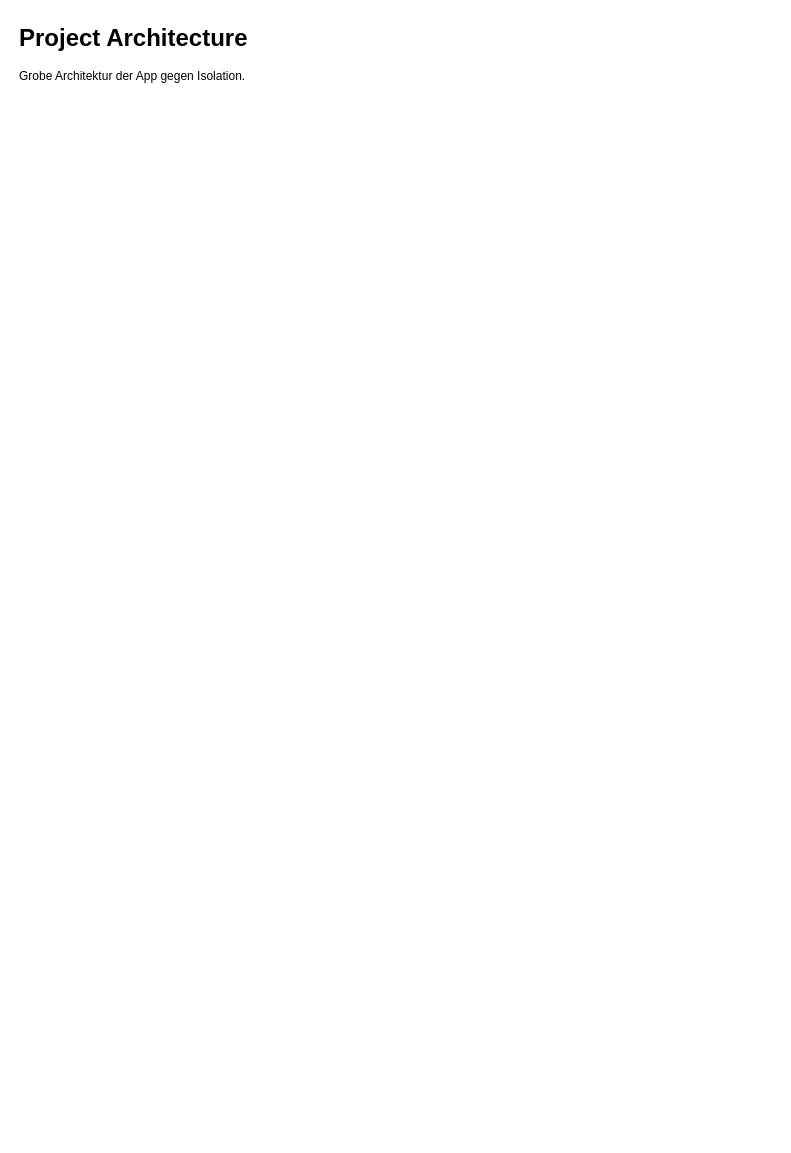
Earlier version of the draw.io diagram documentation/architecture.drawio (s-voelkl/GoTogether). Source tidied: cells renumbered, new cells numbered last; positions are measured from the earlier drawing's top-left corner, leaving out a move shared by most shapes. Both pictures are drawn from the tidied source at 100%, with x=0, y=0 at pixel (17, 17).
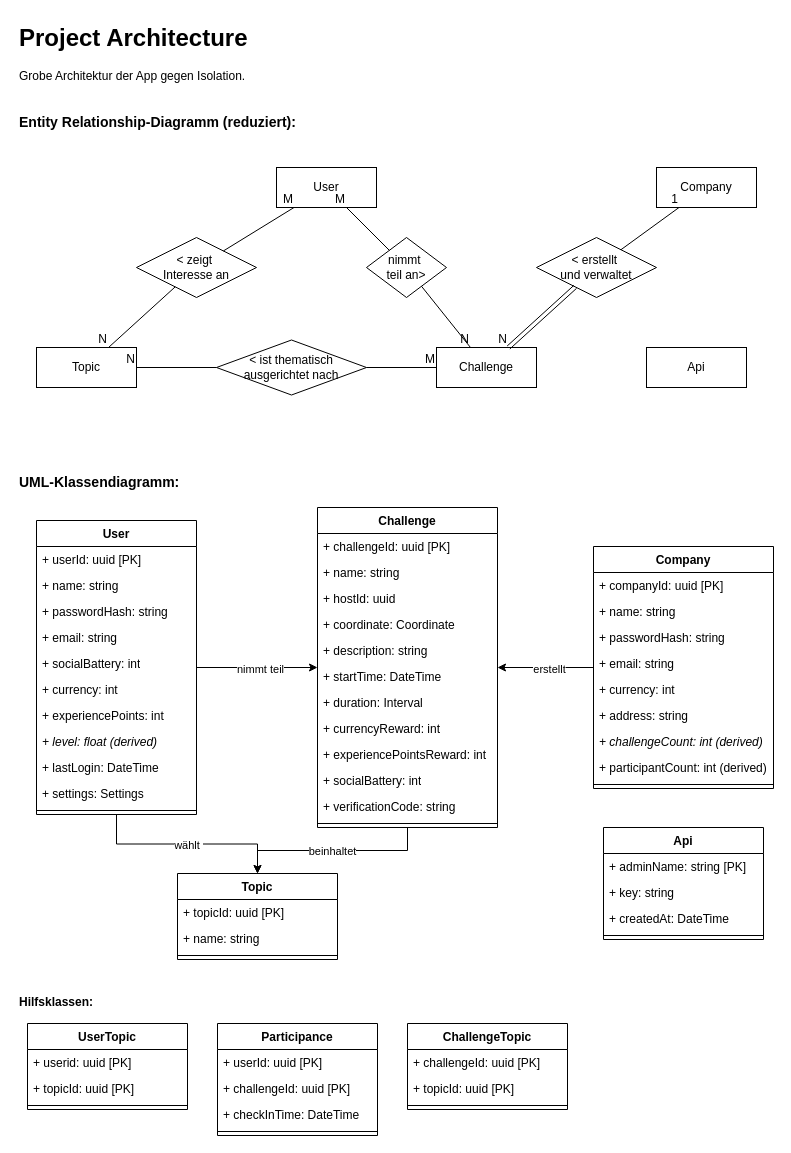
After the change.

Commit message (it also covers changes not shown here):
enhanced db schema in readme

What changed in the source:
```diff
@@
+    <mxCell id="3" value="User" style="whiteSpace=wrap;html=1;align=center;" parent="1" vertex="1">
+      <mxGeometry x="259" y="150" width="100" height="40" as="geometry" />
+    </mxCell>
+    <mxCell id="4" value="Company" style="whiteSpace=wrap;html=1;align=center;" parent="1" vertex="1">
+      <mxGeometry x="639" y="150" width="100" height="40" as="geometry" />
+    </mxCell>
+    <mxCell id="5" value="Challenge" style="whiteSpace=wrap;html=1;align=center;" parent="1" vertex="1">
+      <mxGeometry x="419" y="330" width="100" height="40" as="geometry" />
+    </mxCell>
+    <mxCell id="6" value="Topic" style="whiteSpace=wrap;html=1;align=center;" parent="1" vertex="1">
+      <mxGeometry x="19" y="330" width="100" height="40" as="geometry" />
+    </mxCell>
+    <mxCell id="7" value="Api" style="whiteSpace=wrap;html=1;align=center;" parent="1" vertex="1">
+      <mxGeometry x="629" y="330" width="100" height="40" as="geometry" />
+    </mxCell>
+    <mxCell id="8" value="&amp;lt; erstellt&amp;nbsp;&lt;div&gt;und verwaltet&lt;/div&gt;" style="shape=rhombus;perimeter=rhombusPerimeter;whiteSpace=wrap;html=1;align=center;" parent="1" vertex="1">
+      <mxGeometry x="519" y="220" width="120" height="60" as="geometry" />
+    </mxCell>
+    <mxCell id="9" style="endArrow=none;html=1;rounded=0;" parent="1" edge="1" source="8" target="4">
+      <mxGeometry relative="1" as="geometry" />
+    </mxCell>
+    <mxCell id="10" value="1" style="html=1;whiteSpace=wrap;align=right;verticalAlign=bottom;" parent="9" vertex="1">
+      <mxGeometry x="1" relative="1" as="geometry" />
+    </mxCell>
+    <mxCell id="11" style="shape=link;html=1;rounded=0;" parent="1" edge="1" source="8" target="5">
+      <mxGeometry relative="1" as="geometry" />
+    </mxCell>
+    <mxCell id="12" value="N" style="html=1;whiteSpace=wrap;align=right;verticalAlign=bottom;" parent="11" vertex="1">
+      <mxGeometry x="1" relative="1" as="geometry" />
+    </mxCell>
+    <mxCell id="13" value="&amp;lt; ist thematisch ausgerichtet nach" style="shape=rhombus;perimeter=rhombusPerimeter;whiteSpace=wrap;html=1;align=center;" parent="1" vertex="1">
+      <mxGeometry x="199" y="322.5" width="150" height="55" as="geometry" />
+    </mxCell>
+    <mxCell id="14" style="endArrow=none;html=1;rounded=0;" parent="1" edge="1" source="13" target="6">
+      <mxGeometry relative="1" as="geometry" />
+    </mxCell>
+    <mxCell id="15" value="N" style="html=1;whiteSpace=wrap;align=right;verticalAlign=bottom;" parent="14" vertex="1">
+      <mxGeometry x="1" relative="1" as="geometry" />
+    </mxCell>
+    <mxCell id="16" style="endArrow=none;html=1;rounded=0;" parent="1" edge="1" source="13" target="5">
+      <mxGeometry relative="1" as="geometry" />
+    </mxCell>
+    <mxCell id="17" value="M" style="html=1;whiteSpace=wrap;align=right;verticalAlign=bottom;" parent="16" vertex="1">
+      <mxGeometry x="1" relative="1" as="geometry" />
+    </mxCell>
+    <mxCell id="18" value="&amp;lt; zeigt&amp;nbsp;&lt;div&gt;Interesse an&lt;/div&gt;" style="shape=rhombus;perimeter=rhombusPerimeter;whiteSpace=wrap;html=1;align=center;" parent="1" vertex="1">
+      <mxGeometry x="119" y="220" width="120" height="60" as="geometry" />
+    </mxCell>
+    <mxCell id="19" style="endArrow=none;html=1;rounded=0;" parent="1" edge="1" source="18" target="3">
+      <mxGeometry relative="1" as="geometry" />
+    </mxCell>
+    <mxCell id="20" value="M" style="html=1;whiteSpace=wrap;align=right;verticalAlign=bottom;" parent="19" vertex="1">
+      <mxGeometry x="1" relative="1" as="geometry" />
+    </mxCell>
+    <mxCell id="21" style="endArrow=none;html=1;rounded=0;" parent="1" edge="1" source="18" target="6">
+      <mxGeometry relative="1" as="geometry" />
+    </mxCell>
+    <mxCell id="22" value="N" style="html=1;whiteSpace=wrap;align=right;verticalAlign=bottom;" parent="21" vertex="1">
+      <mxGeometry x="1" relative="1" as="geometry" />
+    </mxCell>
+    <mxCell id="23" value="nimmt&amp;nbsp;&lt;div&gt;teil&amp;nbsp;&lt;span style=&quot;background-color: transparent; color: light-dark(rgb(0, 0, 0), rgb(255, 255, 255));&quot;&gt;an&amp;gt;&lt;/span&gt;&lt;/div&gt;" style="shape=rhombus;perimeter=rhombusPerimeter;whiteSpace=wrap;html=1;align=center;" parent="1" vertex="1">
+      <mxGeometry x="349" y="220" width="80" height="60" as="geometry" />
+    </mxCell>
+    <mxCell id="24" style="endArrow=none;html=1;rounded=0;" parent="1" edge="1" source="23" target="3">
+      <mxGeometry relative="1" as="geometry" />
+    </mxCell>
+    <mxCell id="25" value="M" style="html=1;whiteSpace=wrap;align=right;verticalAlign=bottom;" parent="24" vertex="1">
+      <mxGeometry x="1" relative="1" as="geometry" />
+    </mxCell>
+    <mxCell id="26" style="endArrow=none;html=1;rounded=0;" parent="1" edge="1" source="23" target="5">
+      <mxGeometry relative="1" as="geometry" />
+    </mxCell>
+    <mxCell id="27" value="N" style="html=1;whiteSpace=wrap;align=right;verticalAlign=bottom;" parent="26" vertex="1">
+      <mxGeometry x="1" relative="1" as="geometry" />
+    </mxCell>
+    <mxCell id="28" value="&lt;font style=&quot;font-size: 14px;&quot;&gt;&lt;b&gt;Entity Relationship-Diagramm (reduziert):&lt;/b&gt;&lt;/font&gt;" style="text;html=1;whiteSpace=wrap;strokeColor=none;fillColor=none;align=left;verticalAlign=middle;rounded=0;" parent="1" vertex="1">
+      <mxGeometry y="90" width="290" height="30" as="geometry" />
+    </mxCell>
+    <mxCell id="29" value="&lt;span style=&quot;font-size: 14px;&quot;&gt;&lt;b&gt;UML-Klassendiagramm:&lt;/b&gt;&lt;/span&gt;" style="text;html=1;whiteSpace=wrap;strokeColor=none;fillColor=none;align=left;verticalAlign=middle;rounded=0;" parent="1" vertex="1">
+      <mxGeometry y="450" width="290" height="30" as="geometry" />
+    </mxCell>
+    <mxCell id="30" style="rounded=0;jettySize=auto;html=1;edgeStyle=orthogonalEdgeStyle;" parent="1" edge="1" source="34" target="60">
+      <mxGeometry relative="1" as="geometry" />
+    </mxCell>
+    <mxCell id="31" value="nimmt teil" style="edgeLabel;html=1;align=center;verticalAlign=middle;" parent="30" vertex="1">
+      <mxGeometry x="0.04" y="-1" relative="1" as="geometry" />
+    </mxCell>
+    <mxCell id="32" style="rounded=0;jettySize=auto;html=1;edgeStyle=orthogonalEdgeStyle;" parent="1" edge="1" source="34" target="78">
+      <mxGeometry relative="1" as="geometry" />
+    </mxCell>
+    <mxCell id="33" value="wählt&amp;nbsp;" style="edgeLabel;html=1;align=center;verticalAlign=middle;" parent="32" vertex="1">
+      <mxGeometry x="0.01" relative="1" as="geometry">
+        <mxPoint y="1" as="offset" />
+      </mxGeometry>
+    </mxCell>
+    <mxCell id="34" value="User" style="swimlane;fontStyle=1;align=center;verticalAlign=top;horizontal=1;startSize=26;whiteSpace=wrap;html=1;" parent="1" vertex="1">
+      <mxGeometry x="19" y="503" width="160" height="294" as="geometry" />
+    </mxCell>
+    <mxCell id="35" value="+ userId: uuid [PK]" style="text;strokeColor=none;fillColor=none;align=left;verticalAlign=top;spacingLeft=4;spacingRight=4;overflow=hidden;whiteSpace=wrap;html=1;" parent="34" vertex="1">
+      <mxGeometry y="26" width="160" height="26" as="geometry" />
+    </mxCell>
+    <mxCell id="36" value="+ name: string" style="text;strokeColor=none;fillColor=none;align=left;verticalAlign=top;spacingLeft=4;spacingRight=4;overflow=hidden;whiteSpace=wrap;html=1;" parent="34" vertex="1">
+      <mxGeometry y="52" width="160" height="26" as="geometry" />
+    </mxCell>
+    <mxCell id="37" value="+ passwordHash: string" style="text;strokeColor=none;fillColor=none;align=left;verticalAlign=top;spacingLeft=4;spacingRight=4;overflow=hidden;whiteSpace=wrap;html=1;" parent="34" vertex="1">
+      <mxGeometry y="78" width="160" height="26" as="geometry" />
+    </mxCell>
+    <mxCell id="38" value="+ email: string" style="text;strokeColor=none;fillColor=none;align=left;verticalAlign=top;spacingLeft=4;spacingRight=4;overflow=hidden;whiteSpace=wrap;html=1;" parent="34" vertex="1">
+      <mxGeometry y="104" width="160" height="26" as="geometry" />
+    </mxCell>
+    <mxCell id="39" value="+ socialBattery: int" style="text;strokeColor=none;fillColor=none;align=left;verticalAlign=top;spacingLeft=4;spacingRight=4;overflow=hidden;whiteSpace=wrap;html=1;" parent="34" vertex="1">
+      <mxGeometry y="130" width="160" height="26" as="geometry" />
+    </mxCell>
+    <mxCell id="40" value="+ currency: int" style="text;strokeColor=none;fillColor=none;align=left;verticalAlign=top;spacingLeft=4;spacingRight=4;overflow=hidden;whiteSpace=wrap;html=1;" parent="34" vertex="1">
+      <mxGeometry y="156" width="160" height="26" as="geometry" />
+    </mxCell>
+    <mxCell id="41" value="+ experiencePoints: int" style="text;strokeColor=none;fillColor=none;align=left;verticalAlign=top;spacingLeft=4;spacingRight=4;overflow=hidden;whiteSpace=wrap;html=1;" parent="34" vertex="1">
+      <mxGeometry y="182" width="160" height="26" as="geometry" />
+    </mxCell>
+    <mxCell id="42" value="&lt;i&gt;+ level: float (derived)&lt;/i&gt;" style="text;strokeColor=none;fillColor=none;align=left;verticalAlign=top;spacingLeft=4;spacingRight=4;overflow=hidden;whiteSpace=wrap;html=1;" parent="34" vertex="1">
+      <mxGeometry y="208" width="160" height="26" as="geometry" />
+    </mxCell>
+    <mxCell id="43" value="+ lastLogin: DateTime" style="text;strokeColor=none;fillColor=none;align=left;verticalAlign=top;spacingLeft=4;spacingRight=4;overflow=hidden;whiteSpace=wrap;html=1;" parent="34" vertex="1">
+      <mxGeometry y="234" width="160" height="26" as="geometry" />
+    </mxCell>
+    <mxCell id="44" value="+ settings: Settings" style="text;strokeColor=none;fillColor=none;align=left;verticalAlign=top;spacingLeft=4;spacingRight=4;overflow=hidden;whiteSpace=wrap;html=1;" parent="34" vertex="1">
+      <mxGeometry y="260" width="160" height="26" as="geometry" />
+    </mxCell>
+    <mxCell id="45" style="line;strokeWidth=1;fillColor=none;align=left;verticalAlign=middle;spacingTop=-1;spacingLeft=3;spacingRight=3;labelPosition=right;strokeColor=inherit;" parent="34" vertex="1">
+      <mxGeometry y="286" width="160" height="8" as="geometry" />
+    </mxCell>
+    <mxCell id="46" style="rounded=0;jettySize=auto;html=1;edgeStyle=orthogonalEdgeStyle;" parent="1" edge="1" source="48" target="60">
+      <mxGeometry relative="1" as="geometry" />
+    </mxCell>
+    <mxCell id="47" value="erstellt" style="edgeLabel;html=1;align=center;verticalAlign=middle;" parent="46" vertex="1">
+      <mxGeometry x="-0.07" y="1" relative="1" as="geometry" />
+    </mxCell>
+    <mxCell id="48" value="Company" style="swimlane;fontStyle=1;align=center;verticalAlign=top;horizontal=1;startSize=26;whiteSpace=wrap;html=1;" parent="1" vertex="1">
+      <mxGeometry x="576" y="529" width="180" height="242" as="geometry" />
+    </mxCell>
+    <mxCell id="49" value="+ companyId: uuid [PK]" style="text;strokeColor=none;fillColor=none;align=left;verticalAlign=top;spacingLeft=4;spacingRight=4;overflow=hidden;whiteSpace=wrap;html=1;" parent="48" vertex="1">
+      <mxGeometry y="26" width="180" height="26" as="geometry" />
+    </mxCell>
+    <mxCell id="50" value="+ name: string" style="text;strokeColor=none;fillColor=none;align=left;verticalAlign=top;spacingLeft=4;spacingRight=4;overflow=hidden;whiteSpace=wrap;html=1;" parent="48" vertex="1">
+      <mxGeometry y="52" width="180" height="26" as="geometry" />
+    </mxCell>
+    <mxCell id="51" value="+ passwordHash: string" style="text;strokeColor=none;fillColor=none;align=left;verticalAlign=top;spacingLeft=4;spacingRight=4;overflow=hidden;whiteSpace=wrap;html=1;" parent="48" vertex="1">
+      <mxGeometry y="78" width="180" height="26" as="geometry" />
+    </mxCell>
+    <mxCell id="52" value="+ email: string" style="text;strokeColor=none;fillColor=none;align=left;verticalAlign=top;spacingLeft=4;spacingRight=4;overflow=hidden;whiteSpace=wrap;html=1;" parent="48" vertex="1">
+      <mxGeometry y="104" width="180" height="26" as="geometry" />
+    </mxCell>
+    <mxCell id="53" value="+ currency: int" style="text;strokeColor=none;fillColor=none;align=left;verticalAlign=top;spacingLeft=4;spacingRight=4;overflow=hidden;whiteSpace=wrap;html=1;" parent="48" vertex="1">
+      <mxGeometry y="130" width="180" height="26" as="geometry" />
+    </mxCell>
+    <mxCell id="54" value="+ address: string" style="text;strokeColor=none;fillColor=none;align=left;verticalAlign=top;spacingLeft=4;spacingRight=4;overflow=hidden;whiteSpace=wrap;html=1;" parent="48" vertex="1">
+      <mxGeometry y="156" width="180" height="26" as="geometry" />
+    </mxCell>
+    <mxCell id="55" value="&lt;i&gt;+ challengeCount: int (derived)&lt;/i&gt;" style="text;strokeColor=none;fillColor=none;align=left;verticalAlign=top;spacingLeft=4;spacingRight=4;overflow=hidden;whiteSpace=wrap;html=1;" parent="48" vertex="1">
+      <mxGeometry y="182" width="180" height="26" as="geometry" />
+    </mxCell>
+    <mxCell id="56" value="+ participantCount: int (derived)" style="text;strokeColor=none;fillColor=none;align=left;verticalAlign=top;spacingLeft=4;spacingRight=4;overflow=hidden;whiteSpace=wrap;html=1;" parent="48" vertex="1">
+      <mxGeometry y="208" width="180" height="26" as="geometry" />
+    </mxCell>
+    <mxCell id="57" style="line;strokeWidth=1;fillColor=none;align=left;verticalAlign=middle;spacingTop=-1;spacingLeft=3;spacingRight=3;labelPosition=right;strokeColor=inherit;" parent="48" vertex="1">
+      <mxGeometry y="234" width="180" height="8" as="geometry" />
+    </mxCell>
+    <mxCell id="58" style="rounded=0;jettySize=auto;html=1;edgeStyle=orthogonalEdgeStyle;" parent="1" edge="1" source="60" target="78">
+      <mxGeometry relative="1" as="geometry" />
+    </mxCell>
+    <mxCell id="59" value="beinhaltet" style="edgeLabel;html=1;align=center;verticalAlign=middle;" parent="58" vertex="1">
+      <mxGeometry x="0.01" relative="1" as="geometry" />
+    </mxCell>
+    <mxCell id="60" value="Challenge" style="swimlane;fontStyle=1;align=center;verticalAlign=top;horizontal=1;startSize=26;whiteSpace=wrap;html=1;" parent="1" vertex="1">
+      <mxGeometry x="300" y="490" width="180" height="320" as="geometry" />
+    </mxCell>
+    <mxCell id="61" value="+ challengeId: uuid [PK]" style="text;strokeColor=none;fillColor=none;align=left;verticalAlign=top;spacingLeft=4;spacingRight=4;overflow=hidden;whiteSpace=wrap;html=1;" parent="60" vertex="1">
+      <mxGeometry y="26" width="180" height="26" as="geometry" />
+    </mxCell>
+    <mxCell id="62" value="+ name: string" style="text;strokeColor=none;fillColor=none;align=left;verticalAlign=top;spacingLeft=4;spacingRight=4;overflow=hidden;whiteSpace=wrap;html=1;" parent="60" vertex="1">
+      <mxGeometry y="52" width="180" height="26" as="geometry" />
+    </mxCell>
+    <mxCell id="63" value="+ hostId: uuid" style="text;strokeColor=none;fillColor=none;align=left;verticalAlign=top;spacingLeft=4;spacingRight=4;overflow=hidden;whiteSpace=wrap;html=1;" parent="60" vertex="1">
+      <mxGeometry y="78" width="180" height="26" as="geometry" />
+    </mxCell>
+    <mxCell id="64" value="+ coordinate: Coordinate" style="text;strokeColor=none;fillColor=none;align=left;verticalAlign=top;spacingLeft=4;spacingRight=4;overflow=hidden;whiteSpace=wrap;html=1;" parent="60" vertex="1">
+      <mxGeometry y="104" width="180" height="26" as="geometry" />
+    </mxCell>
+    <mxCell id="65" value="+ description: string" style="text;strokeColor=none;fillColor=none;align=left;verticalAlign=top;spacingLeft=4;spacingRight=4;overflow=hidden;whiteSpace=wrap;html=1;" parent="60" vertex="1">
+      <mxGeometry y="130" width="180" height="26" as="geometry" />
+    </mxCell>
+    <mxCell id="66" value="+ startTime: DateTime" style="text;strokeColor=none;fillColor=none;align=left;verticalAlign=top;spacingLeft=4;spacingRight=4;overflow=hidden;whiteSpace=wrap;html=1;" parent="60" vertex="1">
+      <mxGeometry y="156" width="180" height="26" as="geometry" />
+    </mxCell>
+    <mxCell id="67" value="+ duration: Interval" style="text;strokeColor=none;fillColor=none;align=left;verticalAlign=top;spacingLeft=4;spacingRight=4;overflow=hidden;whiteSpace=wrap;html=1;" parent="60" vertex="1">
+      <mxGeometry y="182" width="180" height="26" as="geometry" />
+    </mxCell>
+    <mxCell id="68" value="+ currencyReward: int" style="text;strokeColor=none;fillColor=none;align=left;verticalAlign=top;spacingLeft=4;spacingRight=4;overflow=hidden;whiteSpace=wrap;html=1;" parent="60" vertex="1">
+      <mxGeometry y="208" width="180" height="26" as="geometry" />
+    </mxCell>
+    <mxCell id="69" value="+ experiencePointsReward: int" style="text;strokeColor=none;fillColor=none;align=left;verticalAlign=top;spacingLeft=4;spacingRight=4;overflow=hidden;whiteSpace=wrap;html=1;" parent="60" vertex="1">
+      <mxGeometry y="234" width="180" height="26" as="geometry" />
+    </mxCell>
+    <mxCell id="70" value="+ socialBattery: int" style="text;strokeColor=none;fillColor=none;align=left;verticalAlign=top;spacingLeft=4;spacingRight=4;overflow=hidden;whiteSpace=wrap;html=1;" parent="60" vertex="1">
+      <mxGeometry y="260" width="180" height="26" as="geometry" />
+    </mxCell>
+    <mxCell id="71" value="+ verificationCode: string" style="text;strokeColor=none;fillColor=none;align=left;verticalAlign=top;spacingLeft=4;spacingRight=4;overflow=hidden;whiteSpace=wrap;html=1;" parent="60" vertex="1">
+      <mxGeometry y="286" width="180" height="26" as="geometry" />
+    </mxCell>
+    <mxCell id="72" style="line;strokeWidth=1;fillColor=none;align=left;verticalAlign=middle;spacingTop=-1;spacingLeft=3;spacingRight=3;labelPosition=right;strokeColor=inherit;" parent="60" vertex="1">
+      <mxGeometry y="312" width="180" height="8" as="geometry" />
+    </mxCell>
+    <mxCell id="73" value="Participance" style="swimlane;fontStyle=1;align=center;verticalAlign=top;horizontal=1;startSize=26;whiteSpace=wrap;html=1;" parent="1" vertex="1">
+      <mxGeometry x="200" y="1006" width="160" height="112" as="geometry" />
+    </mxCell>
+    <mxCell id="74" value="+ userId: uuid [PK]" style="text;strokeColor=none;fillColor=none;align=left;verticalAlign=top;spacingLeft=4;spacingRight=4;overflow=hidden;whiteSpace=wrap;html=1;" parent="73" vertex="1">
+      <mxGeometry y="26" width="160" height="26" as="geometry" />
+    </mxCell>
+    <mxCell id="75" value="+ challengeId: uuid&amp;nbsp;[PK]" style="text;strokeColor=none;fillColor=none;align=left;verticalAlign=top;spacingLeft=4;spacingRight=4;overflow=hidden;whiteSpace=wrap;html=1;" parent="73" vertex="1">
+      <mxGeometry y="52" width="160" height="26" as="geometry" />
+    </mxCell>
+    <mxCell id="76" value="+ checkInTime: DateTime" style="text;strokeColor=none;fillColor=none;align=left;verticalAlign=top;spacingLeft=4;spacingRight=4;overflow=hidden;whiteSpace=wrap;html=1;" parent="73" vertex="1">
+      <mxGeometry y="78" width="160" height="26" as="geometry" />
+    </mxCell>
+    <mxCell id="77" style="line;strokeWidth=1;fillColor=none;align=left;verticalAlign=middle;spacingTop=-1;spacingLeft=3;spacingRight=3;labelPosition=right;strokeColor=inherit;" parent="73" vertex="1">
+      <mxGeometry y="104" width="160" height="8" as="geometry" />
+    </mxCell>
+    <mxCell id="78" value="Topic" style="swimlane;fontStyle=1;align=center;verticalAlign=top;horizontal=1;startSize=26;whiteSpace=wrap;html=1;" parent="1" vertex="1">
+      <mxGeometry x="160" y="856" width="160" height="86" as="geometry" />
+    </mxCell>
+    <mxCell id="79" value="+ topicId: uuid&amp;nbsp;[PK]" style="text;strokeColor=none;fillColor=none;align=left;verticalAlign=top;spacingLeft=4;spacingRight=4;overflow=hidden;whiteSpace=wrap;html=1;" parent="78" vertex="1">
+      <mxGeometry y="26" width="160" height="26" as="geometry" />
+    </mxCell>
+    <mxCell id="80" value="+ name: string" style="text;strokeColor=none;fillColor=none;align=left;verticalAlign=top;spacingLeft=4;spacingRight=4;overflow=hidden;whiteSpace=wrap;html=1;" parent="78" vertex="1">
+      <mxGeometry y="52" width="160" height="26" as="geometry" />
+    </mxCell>
+    <mxCell id="81" style="line;strokeWidth=1;fillColor=none;align=left;verticalAlign=middle;spacingTop=-1;spacingLeft=3;spacingRight=3;labelPosition=right;strokeColor=inherit;" parent="78" vertex="1">
+      <mxGeometry y="78" width="160" height="8" as="geometry" />
+    </mxCell>
+    <mxCell id="82" value="UserTopic" style="swimlane;fontStyle=1;align=center;verticalAlign=top;horizontal=1;startSize=26;whiteSpace=wrap;html=1;" parent="1" vertex="1">
+      <mxGeometry x="10" y="1006" width="160" height="86" as="geometry" />
+    </mxCell>
+    <mxCell id="83" value="+ userid: uuid&amp;nbsp;[PK]" style="text;strokeColor=none;fillColor=none;align=left;verticalAlign=top;spacingLeft=4;spacingRight=4;overflow=hidden;whiteSpace=wrap;html=1;" parent="82" vertex="1">
+      <mxGeometry y="26" width="160" height="26" as="geometry" />
+    </mxCell>
+    <mxCell id="84" value="+ topicId: uuid&amp;nbsp;[PK]" style="text;strokeColor=none;fillColor=none;align=left;verticalAlign=top;spacingLeft=4;spacingRight=4;overflow=hidden;whiteSpace=wrap;html=1;" parent="82" vertex="1">
+      <mxGeometry y="52" width="160" height="26" as="geometry" />
+    </mxCell>
+    <mxCell id="85" style="line;strokeWidth=1;fillColor=none;align=left;verticalAlign=middle;spacingTop=-1;spacingLeft=3;spacingRight=3;labelPosition=right;strokeColor=inherit;" parent="82" vertex="1">
+      <mxGeometry y="78" width="160" height="8" as="geometry" />
+    </mxCell>
+    <mxCell id="86" value="ChallengeTopic" style="swimlane;fontStyle=1;align=center;verticalAlign=top;horizontal=1;startSize=26;whiteSpace=wrap;html=1;" parent="1" vertex="1">
+      <mxGeometry x="390" y="1006" width="160" height="86" as="geometry" />
+    </mxCell>
+    <mxCell id="87" value="+ challengeId: uuid&amp;nbsp;[PK]" style="text;strokeColor=none;fillColor=none;align=left;verticalAlign=top;spacingLeft=4;spacingRight=4;overflow=hidden;whiteSpace=wrap;html=1;" parent="86" vertex="1">
+      <mxGeometry y="26" width="160" height="26" as="geometry" />
+    </mxCell>
+    <mxCell id="88" value="+ topicId: uuid&amp;nbsp;[PK]" style="text;strokeColor=none;fillColor=none;align=left;verticalAlign=top;spacingLeft=4;spacingRight=4;overflow=hidden;whiteSpace=wrap;html=1;" parent="86" vertex="1">
+      <mxGeometry y="52" width="160" height="26" as="geometry" />
+    </mxCell>
+    <mxCell id="89" style="line;strokeWidth=1;fillColor=none;align=left;verticalAlign=middle;spacingTop=-1;spacingLeft=3;spacingRight=3;labelPosition=right;strokeColor=inherit;" parent="86" vertex="1">
+      <mxGeometry y="78" width="160" height="8" as="geometry" />
+    </mxCell>
+    <mxCell id="90" value="Api" style="swimlane;fontStyle=1;align=center;verticalAlign=top;horizontal=1;startSize=26;whiteSpace=wrap;html=1;" parent="1" vertex="1">
+      <mxGeometry x="586" y="810" width="160" height="112" as="geometry" />
+    </mxCell>
+    <mxCell id="91" value="+ adminName: string [PK]" style="text;strokeColor=none;fillColor=none;align=left;verticalAlign=top;spacingLeft=4;spacingRight=4;overflow=hidden;whiteSpace=wrap;html=1;" parent="90" vertex="1">
+      <mxGeometry y="26" width="160" height="26" as="geometry" />
+    </mxCell>
+    <mxCell id="92" value="+ key: string" style="text;strokeColor=none;fillColor=none;align=left;verticalAlign=top;spacingLeft=4;spacingRight=4;overflow=hidden;whiteSpace=wrap;html=1;" parent="90" vertex="1">
+      <mxGeometry y="52" width="160" height="26" as="geometry" />
+    </mxCell>
+    <mxCell id="93" value="+ createdAt: DateTime" style="text;strokeColor=none;fillColor=none;align=left;verticalAlign=top;spacingLeft=4;spacingRight=4;overflow=hidden;whiteSpace=wrap;html=1;" parent="90" vertex="1">
+      <mxGeometry y="78" width="160" height="26" as="geometry" />
+    </mxCell>
+    <mxCell id="94" style="line;strokeWidth=1;fillColor=none;align=left;verticalAlign=middle;spacingTop=-1;spacingLeft=3;spacingRight=3;labelPosition=right;strokeColor=inherit;" parent="90" vertex="1">
+      <mxGeometry y="104" width="160" height="8" as="geometry" />
+    </mxCell>
+    <mxCell id="95" value="Hilfsklassen:" style="text;html=1;whiteSpace=wrap;strokeColor=none;fillColor=none;align=left;verticalAlign=middle;rounded=0;fontStyle=1;" parent="1" vertex="1">
+      <mxGeometry y="970" width="70" height="30" as="geometry" />
+    </mxCell>
```
